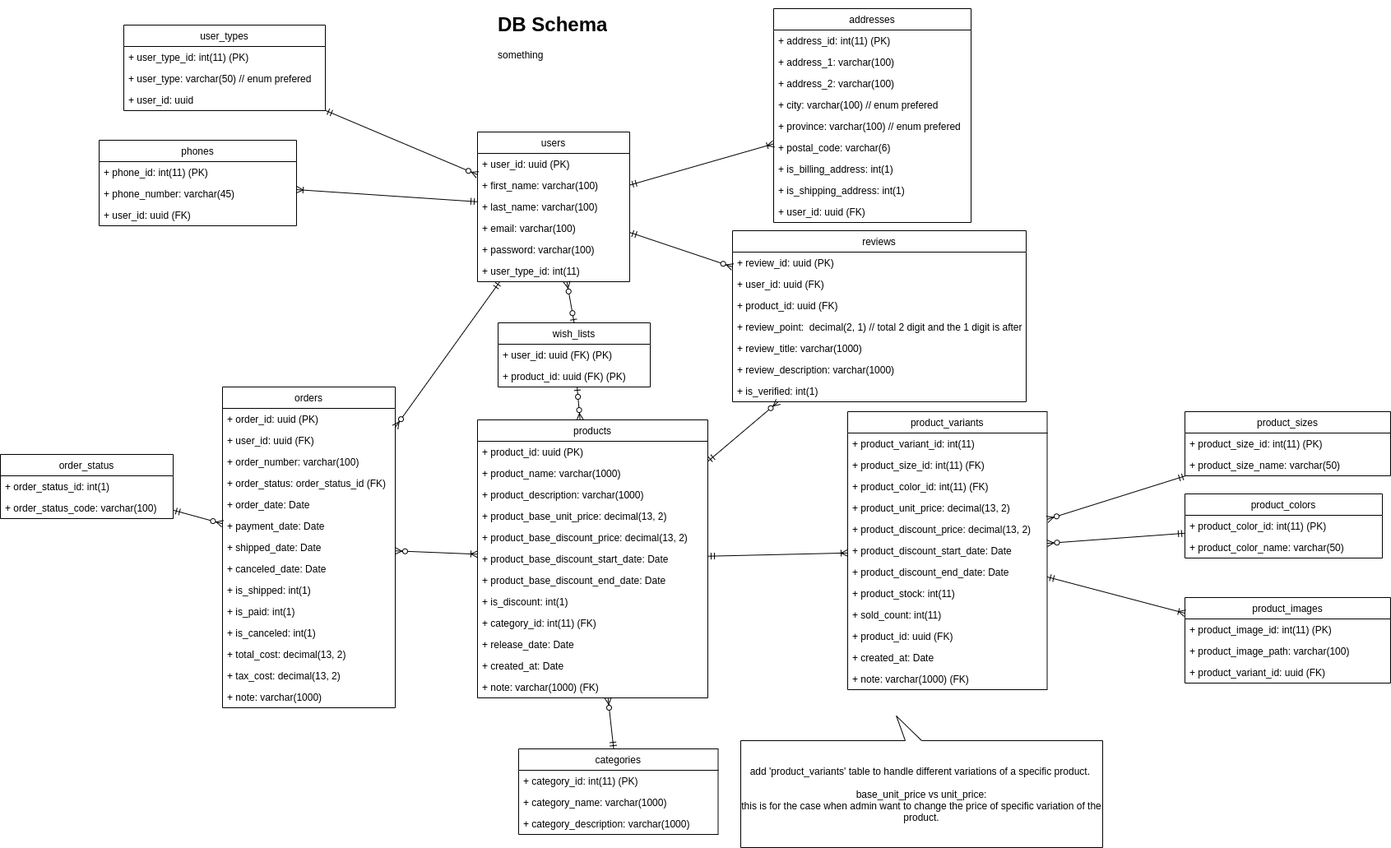
Before: db-design.png, a diagram exported from draw.io (stsiwo/e-commerce-starter-kits). Source tidied: cells renumbered, new cells last; positions are measured from the earlier drawing's top-left corner, leaving out a move shared by most shapes.
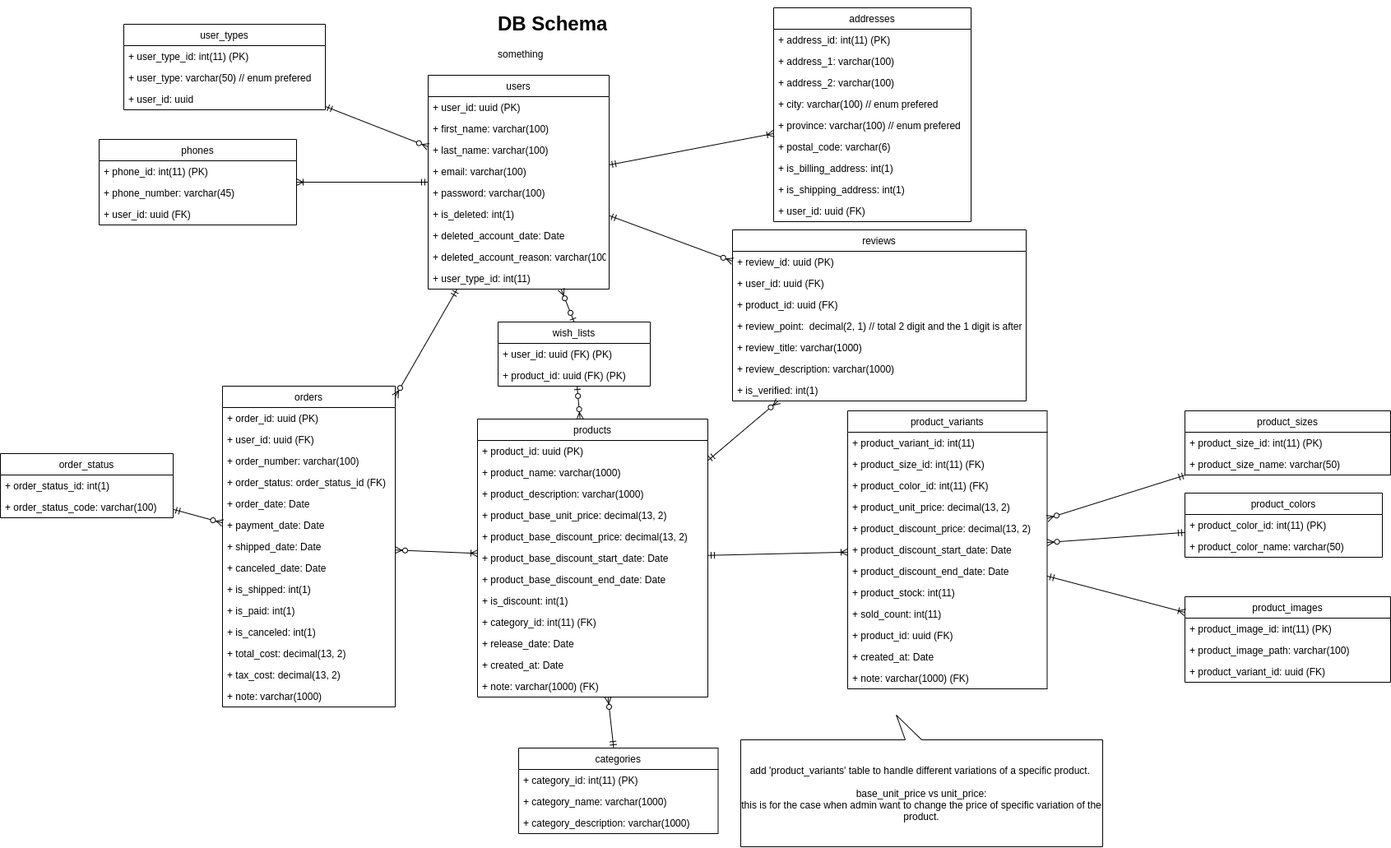
The same diagram one commit later.

The edit, as a diff of the source:
```diff
@@ -24,25 +24,34 @@
       <mxGeometry relative="1" as="geometry" />
     </mxCell>
     <mxCell id="9" value="users" style="swimlane;fontStyle=0;horizontal=1;startSize=26;fillColor=none;" parent="1" vertex="1">
-      <mxGeometry x="580" y="150" width="185" height="182" as="geometry" />
+      <mxGeometry x="520" y="82" width="220" height="260" as="geometry" />
     </mxCell>
     <mxCell id="10" value="+ user_id: uuid (PK)" style="text;strokeColor=none;fillColor=none;align=left;verticalAlign=top;spacingLeft=4;spacingRight=4;overflow=hidden;" parent="9" vertex="1">
-      <mxGeometry y="26" width="185" height="26" as="geometry" />
+      <mxGeometry y="26" width="220" height="26" as="geometry" />
     </mxCell>
     <mxCell id="11" value="+ first_name: varchar(100)" style="text;strokeColor=none;fillColor=none;align=left;verticalAlign=top;spacingLeft=4;spacingRight=4;overflow=hidden;" parent="9" vertex="1">
-      <mxGeometry y="52" width="185" height="26" as="geometry" />
+      <mxGeometry y="52" width="220" height="26" as="geometry" />
     </mxCell>
     <mxCell id="12" value="+ last_name: varchar(100)" style="text;strokeColor=none;fillColor=none;align=left;verticalAlign=top;spacingLeft=4;spacingRight=4;overflow=hidden;" parent="9" vertex="1">
-      <mxGeometry y="78" width="185" height="26" as="geometry" />
+      <mxGeometry y="78" width="220" height="26" as="geometry" />
     </mxCell>
     <mxCell id="13" value="+ email: varchar(100)" style="text;strokeColor=none;fillColor=none;align=left;verticalAlign=top;spacingLeft=4;spacingRight=4;overflow=hidden;" parent="9" vertex="1">
-      <mxGeometry y="104" width="185" height="26" as="geometry" />
+      <mxGeometry y="104" width="220" height="26" as="geometry" />
     </mxCell>
     <mxCell id="14" value="+ password: varchar(100)" style="text;strokeColor=none;fillColor=none;align=left;verticalAlign=top;spacingLeft=4;spacingRight=4;overflow=hidden;" parent="9" vertex="1">
-      <mxGeometry y="130" width="185" height="26" as="geometry" />
+      <mxGeometry y="130" width="220" height="26" as="geometry" />
     </mxCell>
+    <mxCell id="113" value="+ is_deleted: int(1)" style="text;strokeColor=none;fillColor=none;align=left;verticalAlign=top;spacingLeft=4;spacingRight=4;overflow=hidden;" parent="9" vertex="1">
+      <mxGeometry y="156" width="220" height="26" as="geometry" />
+    </mxCell>
+    <mxCell id="114" value="+ deleted_account_date: Date" style="text;strokeColor=none;fillColor=none;align=left;verticalAlign=top;spacingLeft=4;spacingRight=4;overflow=hidden;" parent="9" vertex="1">
+      <mxGeometry y="182" width="220" height="26" as="geometry" />
+    </mxCell>
+    <mxCell id="115" value="+ deleted_account_reason: varchar(1000)" style="text;strokeColor=none;fillColor=none;align=left;verticalAlign=top;spacingLeft=4;spacingRight=4;overflow=hidden;" parent="9" vertex="1">
+      <mxGeometry y="208" width="220" height="26" as="geometry" />
+    </mxCell>
     <mxCell id="15" value="+ user_type_id: int(11)" style="text;strokeColor=none;fillColor=none;align=left;verticalAlign=top;spacingLeft=4;spacingRight=4;overflow=hidden;" parent="9" vertex="1">
-      <mxGeometry y="156" width="185" height="26" as="geometry" />
+      <mxGeometry y="234" width="220" height="26" as="geometry" />
     </mxCell>
     <mxCell id="16" value="addresses" style="swimlane;fontStyle=0;horizontal=1;startSize=26;fillColor=none;" parent="1" vertex="1">
       <mxGeometry x="940" width="240" height="260" as="geometry" />
```
